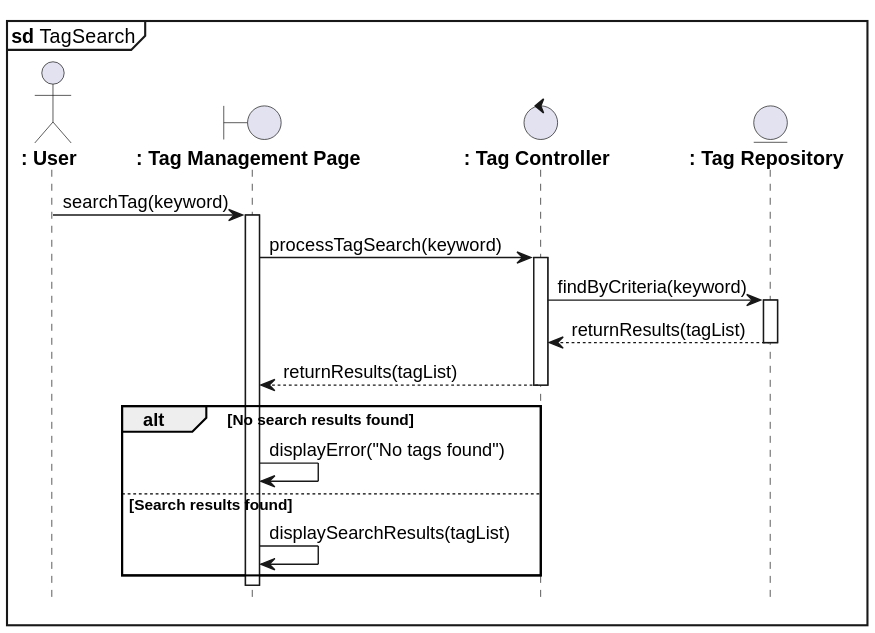
The PlantUML diagram out/cari_tag.svg in azrappp/learning_uml2.0_pmul, before a commit. Source of this version:
```plantuml
@startuml
mainframe **sd** TagSearch
hide footbox

actor "**: User**" as User
boundary "**: Tag Management Page**" as TagPage
control "**: Tag Controller**" as TagController
entity "**: Tag Repository**" as TagRepository

User -> TagPage : searchTag(keyword)
activate TagPage

TagPage -> TagController : processTagSearch(keyword)
activate TagController

TagController -> TagRepository : findByCriteria(keyword)
activate TagRepository
TagRepository --> TagController : returnResults(tagList)
deactivate TagRepository

TagController --> TagPage : returnResults(tagList)
deactivate TagController

alt No search results found
    TagPage -> TagPage : displayError("No tags found")
else Search results found
    TagPage -> TagPage : displaySearchResults(tagList)
end

deactivate TagPage
@enduml
```
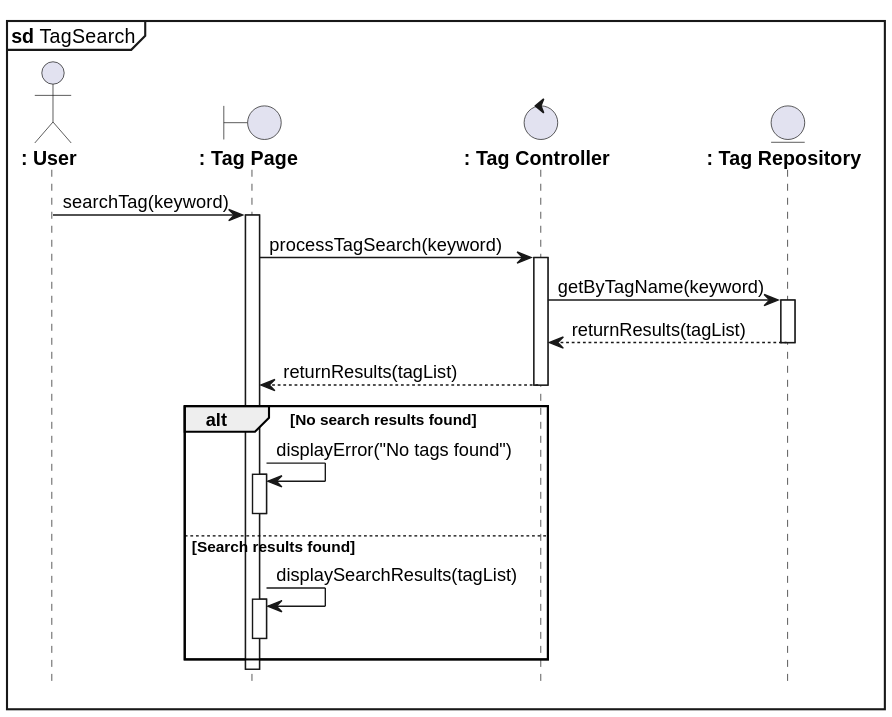
Later version of the same file.

Change to the diagram source:
```diff
@@ -3,7 +3,7 @@
 hide footbox
 
 actor "**: User**" as User
-boundary "**: Tag Management Page**" as TagPage
+boundary "**: Tag Page**" as TagPage
 control "**: Tag Controller**" as TagController
 entity "**: Tag Repository**" as TagRepository
 
@@ -13,7 +13,7 @@
 TagPage -> TagController : processTagSearch(keyword)
 activate TagController
 
-TagController -> TagRepository : findByCriteria(keyword)
+TagController -> TagRepository : getByTagName(keyword)
 activate TagRepository
 TagRepository --> TagController : returnResults(tagList)
 deactivate TagRepository
@@ -23,8 +23,12 @@
 
 alt No search results found
     TagPage -> TagPage : displayError("No tags found")
+    activate TagPage
+    deactivate TagPage
 else Search results found
     TagPage -> TagPage : displaySearchResults(tagList)
+    activate TagPage
+    deactivate TagPage
 end
 
 deactivate TagPage
```
